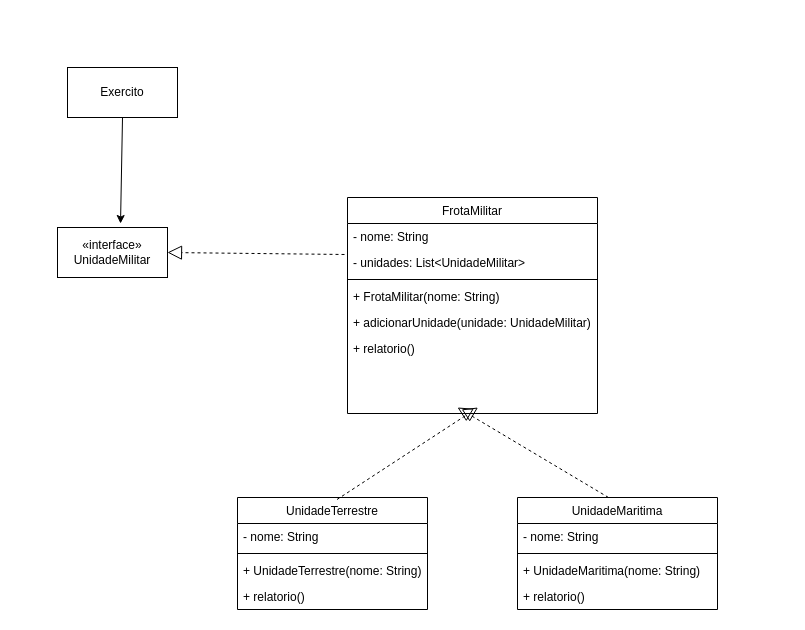
marcelosilva7/bertoti keeps this draw.io diagram as Padroes de Projeto de Sistemas/src/Composite/Diagrama composite.drawio. Above is the earlier version. Source tidied: cells renumbered, new cells numbered last; positions are measured from the earlier drawing's top-left corner, leaving out a move shared by most shapes. Both pictures are drawn from the tidied source at 100%, with x=0, y=0 at pixel (57, 67).
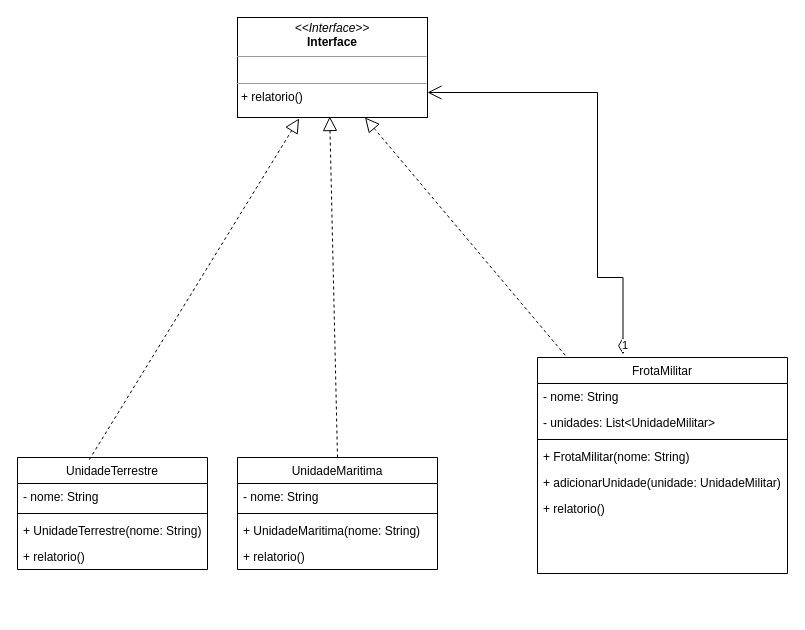
The same diagram, later.

Unchanged cells that the change refers to:
```xml
<mxCell id="14" value=" - unidades: List&lt;UnidadeMilitar&gt;" style="text;align=left;verticalAlign=top;spacingLeft=4;spacingRight=4;overflow=hidden;points=[[0,0.5],[1,0.5]];portConstraint=eastwest;rounded=0;shadow=0;html=0;" parent="12" vertex="1">
  <mxGeometry y="52" width="250" height="26" as="geometry" />
</mxCell>
```

The edit, as a diff of the source:
```diff
@@
     <mxCell id="2" value="UnidadeTerrestre" style="swimlane;fontStyle=0;align=center;verticalAlign=top;horizontal=1;startSize=26;rounded=0;shadow=0;strokeWidth=1;" parent="1" vertex="1">
-      <mxGeometry x="180" y="430" width="190" height="112" as="geometry" />
+      <mxGeometry x="-40" y="390" width="190" height="112" as="geometry" />
     </mxCell>
@@
     <mxCell id="7" value="UnidadeMaritima " style="swimlane;fontStyle=0;align=center;verticalAlign=top;horizontal=1;startSize=26;rounded=0;shadow=0;strokeWidth=1;" parent="1" vertex="1">
-      <mxGeometry x="460" y="430" width="200" height="112" as="geometry" />
+      <mxGeometry x="180" y="390" width="200" height="112" as="geometry" />
     </mxCell>
@@
     <mxCell id="12" value="FrotaMilitar" style="swimlane;fontStyle=0;align=center;verticalAlign=top;horizontal=1;startSize=26;rounded=0;shadow=0;strokeWidth=1;" parent="1" vertex="1">
-      <mxGeometry x="290" y="130" width="250" height="216" as="geometry" />
+      <mxGeometry x="480" y="290" width="250" height="216" as="geometry" />
     </mxCell>
@@
-    <mxCell id="19" value="«interface»&lt;br&gt;UnidadeMilitar" style="html=1;whiteSpace=wrap;" parent="1" vertex="1">
-      <mxGeometry y="160" width="110" height="50" as="geometry" />
-    </mxCell>
-    <mxCell id="20" style="endArrow=block;dashed=1;endFill=0;endSize=12;html=1;rounded=0;entryX=0.564;entryY=0.96;entryDx=0;entryDy=0;exitX=0.5;exitY=0;exitDx=0;exitDy=0;entryPerimeter=0;" parent="1" edge="1">
-      <mxGeometry relative="1" as="geometry">
-        <mxPoint x="279.5" y="432" as="sourcePoint" />
-        <mxPoint x="420.5" y="340" as="targetPoint" />
-      </mxGeometry>
-    </mxCell>
-    <mxCell id="21" style="endArrow=block;dashed=1;endFill=0;endSize=12;html=1;rounded=0;exitX=0.5;exitY=0;exitDx=0;exitDy=0;entryX=0.5;entryY=1;entryDx=0;entryDy=0;" parent="1" edge="1">
-      <mxGeometry relative="1" as="geometry">
-        <mxPoint x="551" y="430" as="sourcePoint" />
-        <mxPoint x="400" y="340" as="targetPoint" />
-      </mxGeometry>
-    </mxCell>
-    <mxCell id="22" style="endArrow=block;dashed=1;endFill=0;endSize=12;html=1;rounded=0;exitX=-0.012;exitY=0.192;exitDx=0;exitDy=0;entryX=1;entryY=0.5;entryDx=0;entryDy=0;exitPerimeter=0;" parent="1" edge="1" source="14" target="19">
-      <mxGeometry relative="1" as="geometry" />
-    </mxCell>
-    <mxCell id="23" value="Exercito" style="html=1;whiteSpace=wrap;" parent="1" vertex="1">
-      <mxGeometry x="10" width="110" height="50" as="geometry" />
-    </mxCell>
-    <mxCell id="24" style="edgeStyle=none;jettySize=auto;html=1;rounded=0;entryX=0.573;entryY=-0.08;entryDx=0;entryDy=0;entryPerimeter=0;exitX=0.5;exitY=1;exitDx=0;exitDy=0;" parent="1" edge="1" source="23" target="19">
-      <mxGeometry relative="1" as="geometry" />
-    </mxCell>
+    <mxCell id="25" value="1" style="endArrow=open;html=1;endSize=12;startArrow=diamondThin;startSize=14;startFill=0;edgeStyle=orthogonalEdgeStyle;align=left;verticalAlign=bottom;rounded=0;exitX=0.342;exitY=-0.015;exitDx=0;exitDy=0;exitPerimeter=0;entryX=1;entryY=0.75;entryDx=0;entryDy=0;" parent="1" edge="1" source="12" target="29">
+      <mxGeometry x="-1" y="3" relative="1" as="geometry">
+        <Array as="points">
+          <mxPoint x="565" y="210" />
+          <mxPoint x="540" y="210" />
+          <mxPoint x="540" y="25" />
+        </Array>
+      </mxGeometry>
+    </mxCell>
+    <mxCell id="26" style="endArrow=block;dashed=1;endFill=0;endSize=12;html=1;rounded=0;exitX=0.111;exitY=-0.01;exitDx=0;exitDy=0;exitPerimeter=0;entryX=0.75;entryY=1;entryDx=0;entryDy=0;" parent="1" edge="1" source="12">
+      <mxGeometry relative="1" as="geometry">
+        <mxPoint x="307.5" y="50" as="targetPoint" />
+      </mxGeometry>
+    </mxCell>
+    <mxCell id="27" style="endArrow=block;dashed=1;endFill=0;endSize=12;html=1;rounded=0;exitX=0.378;exitY=0.019;exitDx=0;exitDy=0;exitPerimeter=0;entryX=0.151;entryY=1.021;entryDx=0;entryDy=0;entryPerimeter=0;" parent="1" edge="1" source="2">
+      <mxGeometry relative="1" as="geometry">
+        <mxPoint x="241.6" y="51" as="targetPoint" />
+      </mxGeometry>
+    </mxCell>
+    <mxCell id="28" style="endArrow=block;dashed=1;endFill=0;endSize=12;html=1;rounded=0;exitX=0.5;exitY=0;exitDx=0;exitDy=0;entryX=0.429;entryY=0.979;entryDx=0;entryDy=0;entryPerimeter=0;" parent="1" edge="1" source="7">
+      <mxGeometry relative="1" as="geometry">
+        <mxPoint x="272.2" y="49" as="targetPoint" />
+      </mxGeometry>
+    </mxCell>
+    <mxCell id="29" value="&lt;p style=&quot;margin:0px;margin-top:4px;text-align:center;&quot;&gt;&lt;i&gt;&amp;lt;&amp;lt;Interface&amp;gt;&amp;gt;&lt;/i&gt;&lt;br&gt;&lt;b&gt;Interface&lt;/b&gt;&lt;/p&gt;&lt;hr size=&quot;1&quot;&gt;&lt;p style=&quot;margin:0px;margin-left:4px;&quot;&gt;&lt;br&gt;&lt;/p&gt;&lt;hr size=&quot;1&quot;&gt;&lt;p style=&quot;margin:0px;margin-left:4px;&quot;&gt;+ relatorio()&lt;br&gt;&lt;/p&gt;" style="verticalAlign=top;align=left;overflow=fill;fontSize=12;fontFamily=Helvetica;html=1;whiteSpace=wrap;" parent="1" vertex="1">
+      <mxGeometry x="180" y="-50" width="190" height="100" as="geometry" />
+    </mxCell>
```
